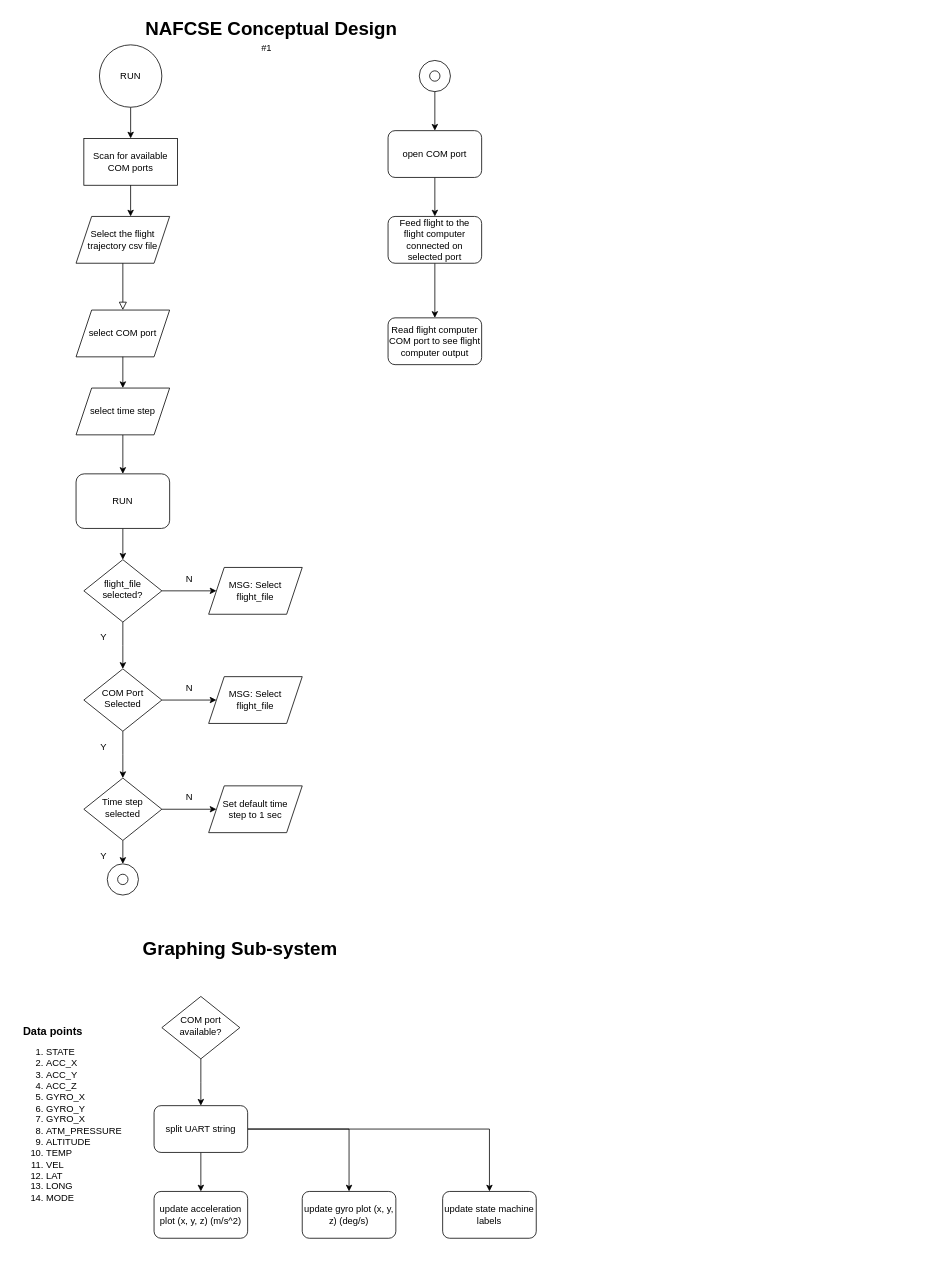
This is project-documentation/NAFCSE-FLOWCHART.drawio from bytecod3/Nakuja-Flight-Computer-Simulation-Engine, a draw.io file, before an edit. Source tidied: cells renumbered, new cells numbered last; positions are measured from the earlier drawing's top-left corner, leaving out a move shared by most shapes. Both pictures are drawn from the tidied source at 78%, with x=0, y=0 at pixel (13, 13).
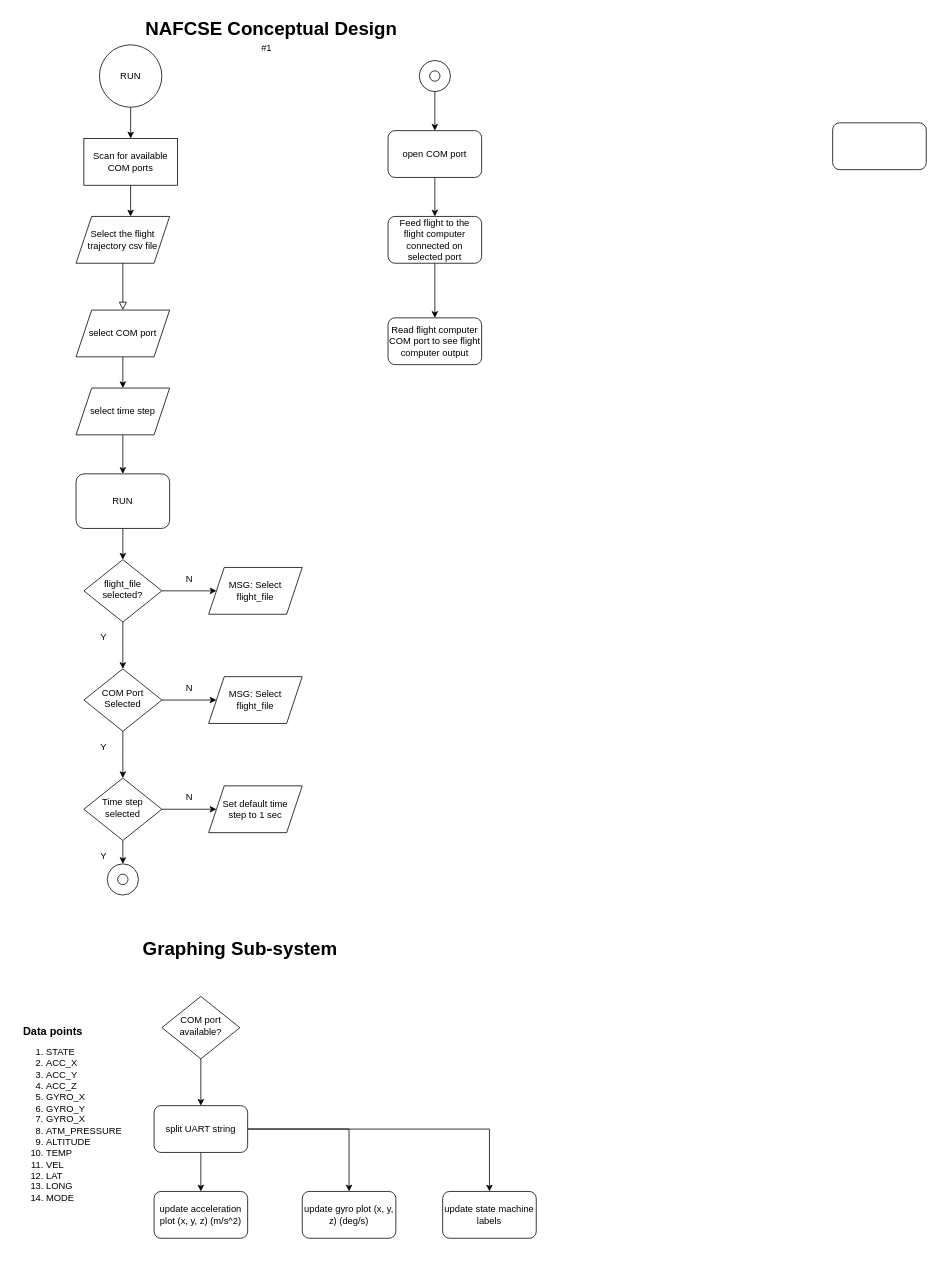
The same page after the edit.

Change to the diagram source:
```diff
@@
+    <mxCell id="58" style="rounded=1;whiteSpace=wrap;html=1;" parent="1" vertex="1">
+      <mxGeometry x="1050" y="140" width="120" height="60" as="geometry" />
+    </mxCell>
```
